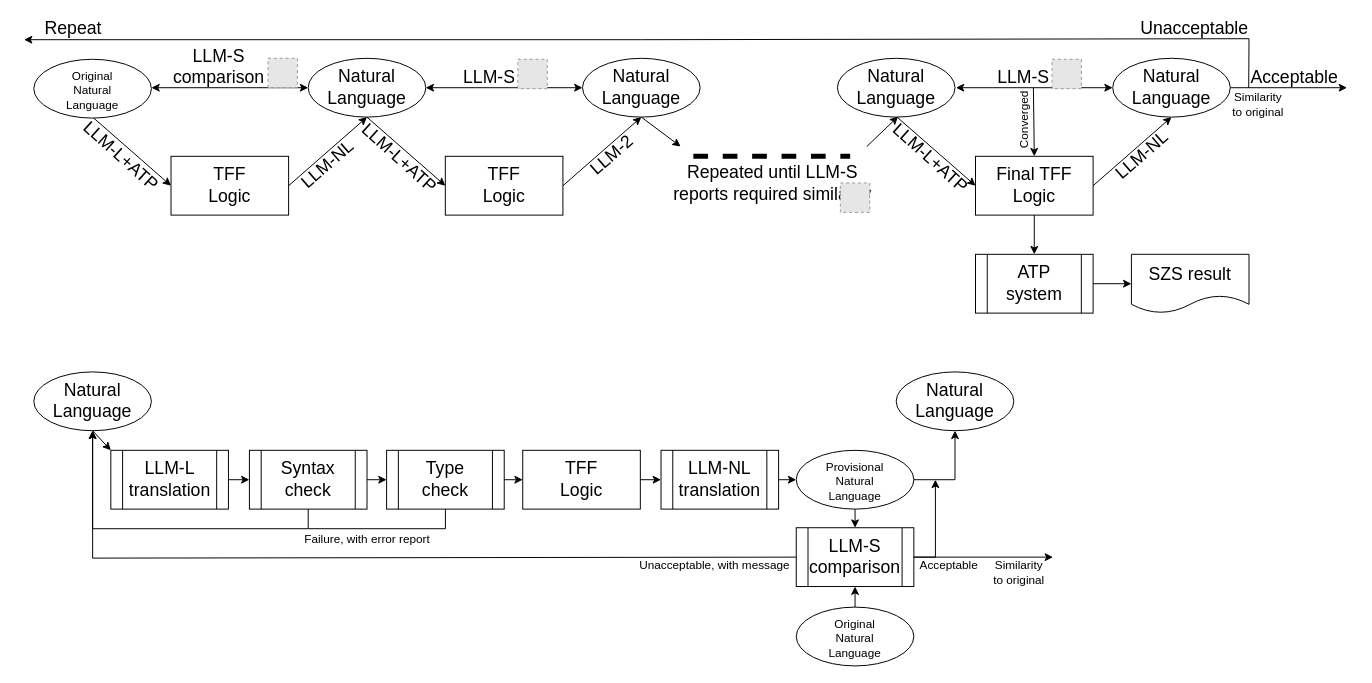
The draw.io diagram 2026_FLAIRS-39/Architecture.drawio in GeoffsPapers/ShZZaM, before the edit. Source tidied: cells renumbered, new cells numbered last; positions are measured from the earlier drawing's top-left corner, leaving out a move shared by most shapes. Both pictures are drawn from the tidied source at 98%, with x=0, y=0 at pixel (24, 17). Pictures stored in the file or linked from it are replaced by grey dashed boxes.
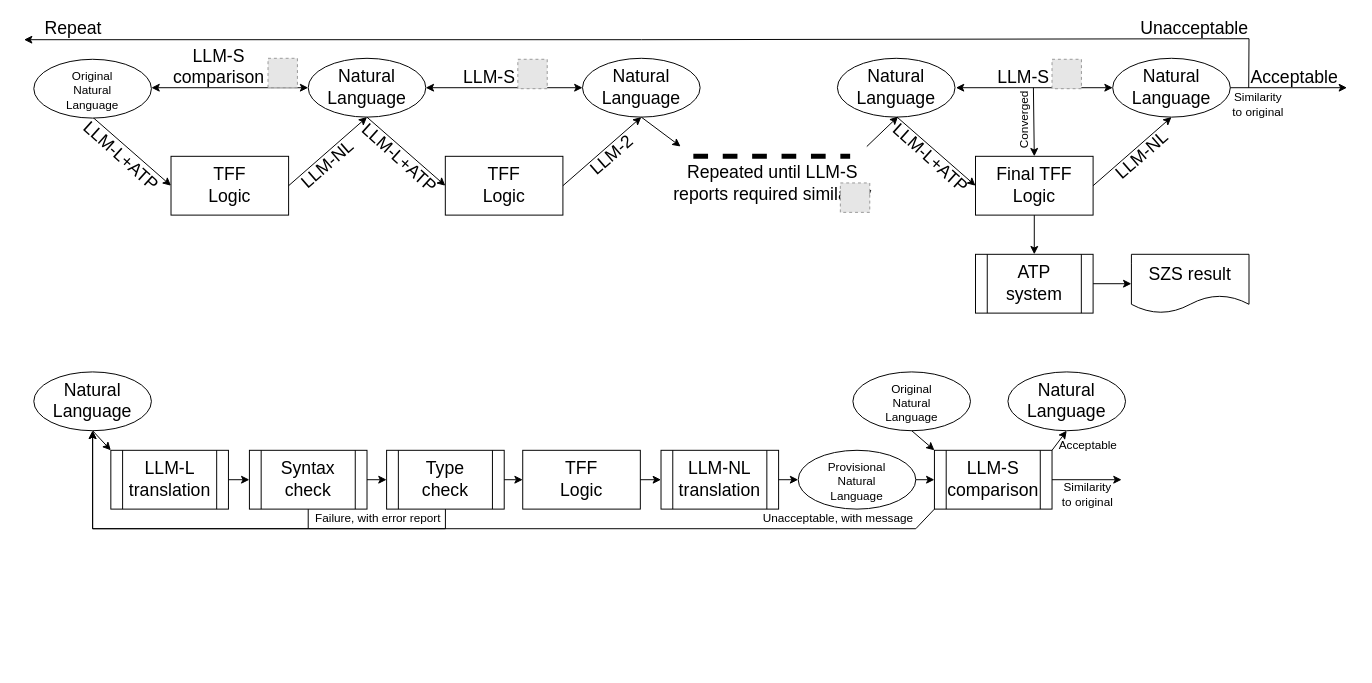
After the change.

The change refers to these unchanged cells:
```xml
<mxCell id="42" value="Natural&lt;div&gt;Language&lt;/div&gt;" style="ellipse;whiteSpace=wrap;html=1;fontSize=18;" parent="1" vertex="1">
  <mxGeometry x="10" y="362" width="120" height="60" as="geometry" />
</mxCell>
```

Change to the diagram source:
```diff
@@
     <mxCell id="39" value="&lt;font&gt;Similarity to original&lt;/font&gt;" style="text;html=1;whiteSpace=wrap;strokeColor=none;fillColor=none;align=center;verticalAlign=middle;rounded=0;rotation=0;" parent="1" vertex="1">
-      <mxGeometry x="984.8" y="552" width="60.9" height="30" as="geometry" />
+      <mxGeometry x="1055.3" y="472" width="60.9" height="30" as="geometry" />
     </mxCell>
@@
     <mxCell id="53" value="Failure, with error report" style="text;html=1;whiteSpace=wrap;strokeColor=none;fillColor=none;align=center;verticalAlign=middle;rounded=0;" parent="1" vertex="1">
-      <mxGeometry x="283" y="518" width="135" height="30" as="geometry" />
+      <mxGeometry x="293.9" y="497" width="135" height="30" as="geometry" />
     </mxCell>
     <mxCell id="54" value="&lt;div style=&quot;line-height: 80%;&quot;&gt;&lt;font style=&quot;font-size: 12px; line-height: 80%;&quot;&gt;Original&lt;/font&gt;&lt;div&gt;&lt;font style=&quot;font-size: 12px; line-height: 80%;&quot;&gt;Natural&lt;/font&gt;&lt;div&gt;&lt;font style=&quot;font-size: 12px; line-height: 80%;&quot;&gt;Language&lt;/font&gt;&lt;/div&gt;&lt;/div&gt;&lt;/div&gt;" style="ellipse;whiteSpace=wrap;html=1;fontSize=18;" parent="1" vertex="1">
-      <mxGeometry x="788" y="602" width="120" height="60" as="geometry" />
+      <mxGeometry x="845.8" y="362" width="120" height="60" as="geometry" />
     </mxCell>
     <mxCell id="55" value="&lt;div&gt;&lt;span style=&quot;font-size: 18px;&quot;&gt;LLM-S&lt;/span&gt;&lt;/div&gt;&lt;div&gt;&lt;span style=&quot;font-size: 18px;&quot;&gt;comparison&lt;/span&gt;&lt;/div&gt;" style="shape=process;whiteSpace=wrap;html=1;backgroundOutline=1;" parent="1" vertex="1">
-      <mxGeometry x="788" y="521" width="120" height="60" as="geometry" />
+      <mxGeometry x="929" y="442" width="120" height="60" as="geometry" />
     </mxCell>
     <mxCell id="56" value="&lt;div style=&quot;line-height: 80%;&quot;&gt;&lt;font style=&quot;font-size: 12px; line-height: 80%;&quot;&gt;Provisional&lt;/font&gt;&lt;div&gt;&lt;font style=&quot;font-size: 12px; line-height: 80%;&quot;&gt;Natural&lt;/font&gt;&lt;div&gt;&lt;font style=&quot;font-size: 12px; line-height: 80%;&quot;&gt;Language&lt;/font&gt;&lt;/div&gt;&lt;/div&gt;&lt;/div&gt;" style="ellipse;whiteSpace=wrap;html=1;fontSize=18;" parent="1" vertex="1">
-      <mxGeometry x="788" y="442" width="120" height="60" as="geometry" />
+      <mxGeometry x="790" y="442" width="120" height="60" as="geometry" />
     </mxCell>
-    <mxCell id="57" style="endArrow=classic;html=1;rounded=0;exitX=0.5;exitY=1;exitDx=0;exitDy=0;entryX=0.5;entryY=0;entryDx=0;entryDy=0;" parent="1" edge="1" source="56" target="55">
-      <mxGeometry relative="1" as="geometry" />
+    <mxCell id="57" style="endArrow=classic;html=1;rounded=0;entryX=0;entryY=0.5;entryDx=0;entryDy=0;" parent="1" edge="1" target="55">
+      <mxGeometry relative="1" as="geometry">
+        <mxPoint x="910" y="472" as="sourcePoint" />
+      </mxGeometry>
     </mxCell>
-    <mxCell id="58" style="endArrow=classic;html=1;rounded=0;exitX=0.5;exitY=0;exitDx=0;exitDy=0;entryX=0.5;entryY=1;entryDx=0;entryDy=0;" parent="1" edge="1" source="54" target="55">
+    <mxCell id="58" style="endArrow=classic;html=1;rounded=0;exitX=0.5;exitY=1;exitDx=0;exitDy=0;entryX=0;entryY=0;entryDx=0;entryDy=0;" parent="1" edge="1" source="54" target="55">
       <mxGeometry relative="1" as="geometry" />
     </mxCell>
-    <mxCell id="59" style="endArrow=classic;html=1;rounded=0;exitX=0;exitY=0.5;exitDx=0;exitDy=0;" parent="1" edge="1" source="55">
+    <mxCell id="59" style="endArrow=classic;html=1;rounded=0;exitX=0;exitY=1;exitDx=0;exitDy=0;entryX=0.5;entryY=1;entryDx=0;entryDy=0;" parent="1" edge="1" source="55" target="42">
       <mxGeometry relative="1" as="geometry">
-        <mxPoint x="70" y="422" as="targetPoint" />
         <Array as="points">
-          <mxPoint x="70" y="552" />
+          <mxPoint x="910" y="522" />
+          <mxPoint x="70" y="522" />
         </Array>
       </mxGeometry>
     </mxCell>
     <mxCell id="60" value="Unacceptable, with message" style="text;html=1;whiteSpace=wrap;strokeColor=none;fillColor=none;align=center;verticalAlign=middle;rounded=0;" parent="1" vertex="1">
-      <mxGeometry x="620.5" y="545" width="167.5" height="30" as="geometry" />
+      <mxGeometry x="747.4" y="497" width="167.5" height="30" as="geometry" />
     </mxCell>
     <mxCell id="61" value="Natural&lt;div&gt;Language&lt;/div&gt;" style="ellipse;whiteSpace=wrap;html=1;fontSize=18;" parent="1" vertex="1">
-      <mxGeometry x="890" y="362" width="120" height="60" as="geometry" />
+      <mxGeometry x="1004" y="362" width="120" height="60" as="geometry" />
     </mxCell>
-    <mxCell id="62" style="endArrow=classic;html=1;rounded=0;exitX=1;exitY=0.5;exitDx=0;exitDy=0;entryX=0.5;entryY=1;entryDx=0;entryDy=0;" parent="1" edge="1" source="56" target="61">
-      <mxGeometry relative="1" as="geometry">
-        <Array as="points">
-          <mxPoint x="950" y="472" />
-        </Array>
-      </mxGeometry>
-    </mxCell>
@@
-    <mxCell id="66" style="endArrow=classic;html=1;rounded=0;exitX=1;exitY=0.5;exitDx=0;exitDy=0;" parent="1" edge="1" source="55">
-      <mxGeometry relative="1" as="geometry">
-        <mxPoint x="1050" y="551" as="targetPoint" />
-      </mxGeometry>
+    <mxCell id="66" style="endArrow=classic;html=1;rounded=0;exitX=1;exitY=0;exitDx=0;exitDy=0;entryX=0.5;entryY=1;entryDx=0;entryDy=0;" parent="1" edge="1" source="55" target="61">
+      <mxGeometry relative="1" as="geometry" />
     </mxCell>
     <mxCell id="67" value="&lt;font&gt;Acceptable&lt;/font&gt;" style="text;html=1;whiteSpace=wrap;strokeColor=none;fillColor=none;align=center;verticalAlign=middle;rounded=0;rotation=0;" parent="1" vertex="1">
-      <mxGeometry x="904" y="545" width="80" height="30" as="geometry" />
+      <mxGeometry x="1045.7" y="422" width="80" height="30" as="geometry" />
     </mxCell>
@@
-    <mxCell id="75" style="endArrow=classic;html=1;rounded=0;exitX=1;exitY=0.5;exitDx=0;exitDy=0;" parent="1" edge="1" source="55">
-      <mxGeometry relative="1" as="geometry">
-        <mxPoint x="930" y="472" as="targetPoint" />
-        <Array as="points">
-          <mxPoint x="930" y="551" />
-        </Array>
-      </mxGeometry>
-    </mxCell>
+    <mxCell id="76" style="endArrow=classic;html=1;rounded=0;exitX=1;exitY=0.5;exitDx=0;exitDy=0;" parent="1" edge="1" source="55">
+      <mxGeometry relative="1" as="geometry">
+        <mxPoint x="1120" y="472" as="targetPoint" />
+      </mxGeometry>
+    </mxCell>
```
